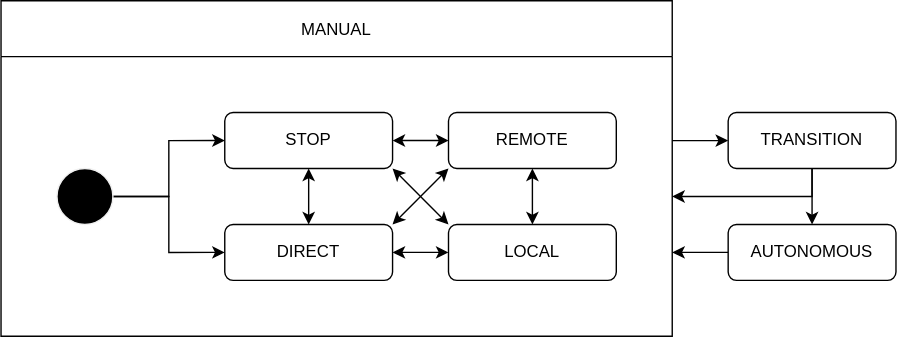
Before: docs/design/autoware-interfaces/ad-api/features/operation-mode.drawio.svg, a diagram exported from draw.io (tier4/autoware-documentation). Source tidied: cells renumbered, new cells last; positions are measured from the earlier drawing's top-left corner, leaving out a move shared by most shapes.
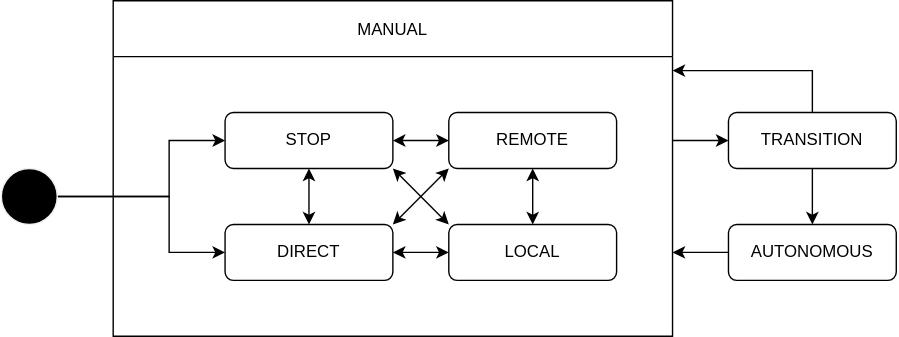
The same diagram one commit later.

Commit message:
Update operation mode state

The edit, as a diff of the source:
```diff
@@ -3,13 +3,23 @@
     <mxCell id="0" />
     <mxCell id="1" parent="0" />
     <mxCell id="2" style="edgeStyle=orthogonalEdgeStyle;rounded=0;jettySize=auto;html=1;entryX=0;entryY=0.5;entryDx=0;entryDy=0;" parent="1" edge="1" source="4" target="10">
-      <mxGeometry relative="1" as="geometry" />
+      <mxGeometry relative="1" as="geometry">
+        <Array as="points">
+          <mxPoint x="120" y="140" />
+          <mxPoint x="120" y="100" />
+        </Array>
+      </mxGeometry>
     </mxCell>
     <mxCell id="3" style="edgeStyle=orthogonalEdgeStyle;html=1;entryX=0;entryY=0.5;entryDx=0;entryDy=0;rounded=0;" parent="1" edge="1" source="4" target="19">
-      <mxGeometry relative="1" as="geometry" />
+      <mxGeometry relative="1" as="geometry">
+        <Array as="points">
+          <mxPoint x="120" y="140" />
+          <mxPoint x="120" y="180" />
+        </Array>
+      </mxGeometry>
     </mxCell>
     <mxCell id="4" style="shape=ellipse;html=1;fillColor=#000000;fontSize=18;fontColor=#ffffff;strokeColor=#F0F0F0;" parent="1" vertex="1">
-      <mxGeometry x="40" y="120" width="40" height="40" as="geometry" />
+      <mxGeometry y="120" width="40" height="40" as="geometry" />
     </mxCell>
     <mxCell id="5" style="edgeStyle=none;html=1;entryX=1;entryY=0;entryDx=0;entryDy=0;startArrow=classic;startFill=1;exitX=0;exitY=1;exitDx=0;exitDy=0;" parent="1" edge="1" source="6">
       <mxGeometry relative="1" as="geometry">
@@ -47,14 +57,15 @@
     <mxCell id="14" style="edgeStyle=orthogonalEdgeStyle;rounded=0;html=1;" parent="1" edge="1" source="16" target="18">
       <mxGeometry relative="1" as="geometry" />
     </mxCell>
-    <mxCell id="15" style="edgeStyle=orthogonalEdgeStyle;rounded=0;html=1;" parent="1" edge="1" source="16">
-      <mxGeometry relative="1" as="geometry">
-        <mxPoint x="480" y="140" as="targetPoint" />
-        <Array as="points">
-          <mxPoint x="580" y="140" />
-        </Array>
-      </mxGeometry>
-    </mxCell>
+    <mxCell id="22" style="edgeStyle=orthogonalEdgeStyle;rounded=0;html=1;" parent="1" edge="1" source="16">
+      <mxGeometry relative="1" as="geometry">
+        <mxPoint x="480" y="50" as="targetPoint" />
+        <Array as="points">
+          <mxPoint x="580" y="50" />
+          <mxPoint x="480" y="50" />
+        </Array>
+      </mxGeometry>
+    </mxCell>
     <mxCell id="16" value="TRANSITION" style="rounded=1;whiteSpace=wrap;html=1;" parent="1" vertex="1">
       <mxGeometry x="520" y="80" width="120" height="40" as="geometry" />
     </mxCell>
@@ -76,7 +87,7 @@
       </mxGeometry>
     </mxCell>
     <mxCell id="21" value="MANUAL" style="swimlane;startSize=40;fontStyle=0;" parent="1" vertex="1">
-      <mxGeometry width="480" height="240" as="geometry" />
+      <mxGeometry x="80" width="400" height="240" as="geometry" />
     </mxCell>
   </root>
 </mxGraphModel>
```
